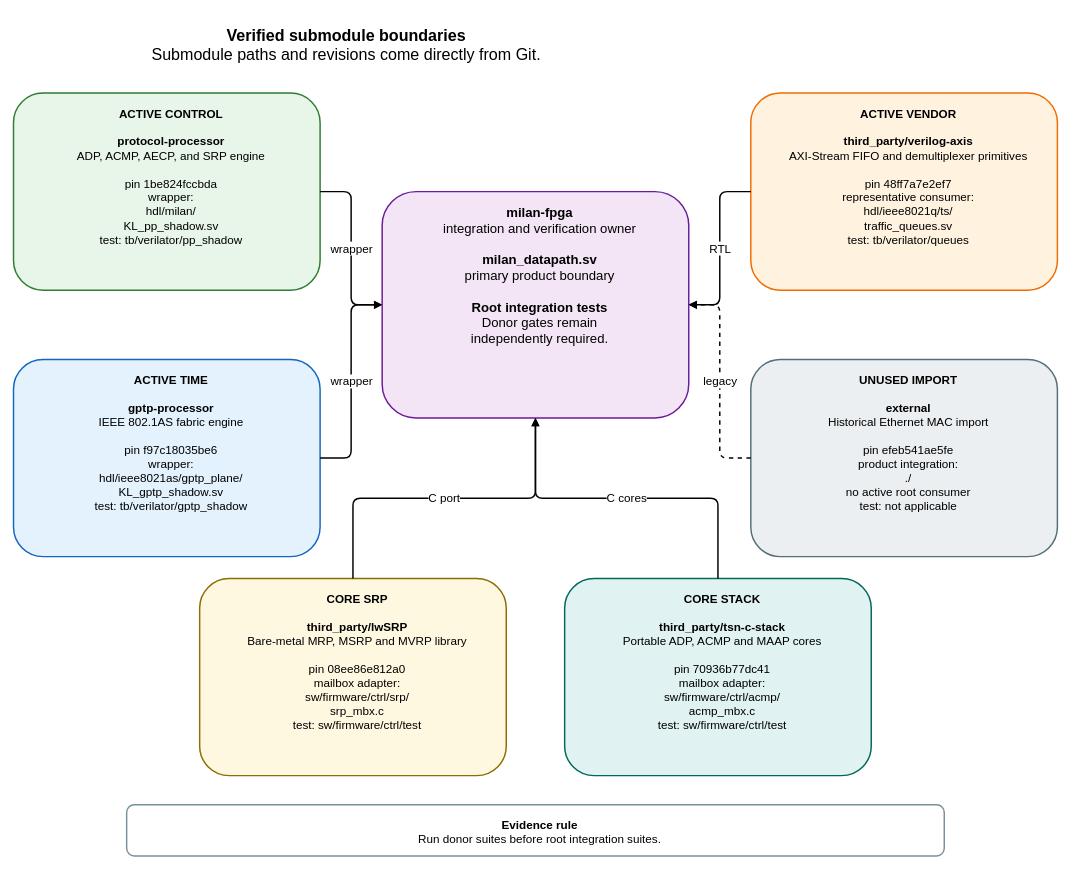
Earlier version of the draw.io diagram docs/diagrams/submodule_boundaries.drawio (kebag-logic/milan-fpga). Source tidied: cells renumbered, new cells numbered last; positions are measured from the earlier drawing's top-left corner, leaving out a move shared by most shapes. Both pictures are drawn from the tidied source at 73%, with x=0, y=0 at pixel (13, 12).
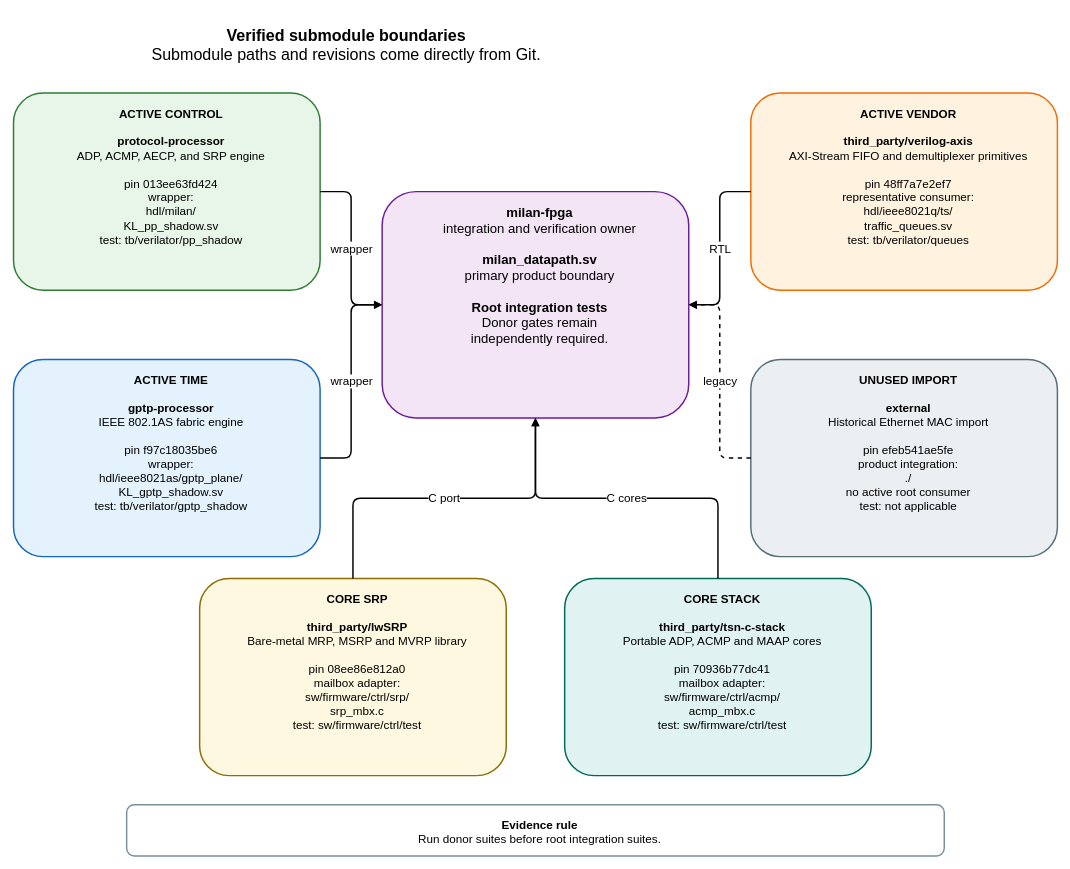
The same diagram, later.

Change to the diagram source:
```diff
@@
 <mxGraphModel>
   <root>
     <mxCell id="0" />
     <mxCell id="1" parent="0" />
     <mxCell id="2" value="&lt;b&gt;Verified submodule boundaries&lt;/b&gt;&lt;br&gt;Submodule paths and revisions come directly from Git." style="rounded=1;whiteSpace=wrap;html=1;verticalAlign=top;spacingTop=12;spacingLeft=12;fontSize=22;fontFamily=Helvetica;fillColor=none;strokeColor=none;strokeWidth=2;" parent="1" vertex="1">
       <mxGeometry width="900" height="65" as="geometry" />
     </mxCell>
     <mxCell id="3" value="&lt;b&gt;milan-fpga&lt;/b&gt;&lt;br&gt;integration and verification owner&lt;br&gt;&lt;br&gt;&lt;b&gt;milan_datapath.sv&lt;/b&gt;&lt;br&gt;primary product boundary&lt;br&gt;&lt;br&gt;&lt;b&gt;Root integration tests&lt;/b&gt;&lt;br&gt;Donor gates remain&lt;br&gt;independently required." style="rounded=1;whiteSpace=wrap;html=1;verticalAlign=top;spacingTop=12;spacingLeft=12;fontSize=18;fontFamily=Helvetica;fillColor=#F3E5F5;strokeColor=#6A1B9A;strokeWidth=2;" parent="1" vertex="1">
       <mxGeometry x="505" y="245" width="420" height="310" as="geometry" />
     </mxCell>
-    <mxCell id="4" value="&lt;b&gt;ACTIVE CONTROL&lt;/b&gt;&lt;br&gt;&lt;br&gt;&lt;b&gt;protocol-processor&lt;/b&gt;&lt;br&gt;ADP, ACMP, AECP, and SRP engine&lt;br&gt;&lt;br&gt;pin 1be824fccbda&lt;br&gt;wrapper:&lt;br&gt;hdl/milan/&lt;br&gt;KL_pp_shadow.sv&lt;br&gt;test: tb/verilator/pp_shadow" style="rounded=1;whiteSpace=wrap;html=1;verticalAlign=top;spacingTop=12;spacingLeft=12;fontSize=16;fontFamily=Helvetica;fillColor=#E8F5E9;strokeColor=#2E7D32;strokeWidth=2;" parent="1" vertex="1">
+    <mxCell id="4" value="&lt;b&gt;ACTIVE CONTROL&lt;/b&gt;&lt;br&gt;&lt;br&gt;&lt;b&gt;protocol-processor&lt;/b&gt;&lt;br&gt;ADP, ACMP, AECP, and SRP engine&lt;br&gt;&lt;br&gt;pin 013ee63fd424&lt;br&gt;wrapper:&lt;br&gt;hdl/milan/&lt;br&gt;KL_pp_shadow.sv&lt;br&gt;test: tb/verilator/pp_shadow" style="rounded=1;whiteSpace=wrap;html=1;verticalAlign=top;spacingTop=12;spacingLeft=12;fontSize=16;fontFamily=Helvetica;fillColor=#E8F5E9;strokeColor=#2E7D32;strokeWidth=2;" parent="1" vertex="1">
       <mxGeometry y="110" width="420" height="270" as="geometry" />
     </mxCell>
     <mxCell id="5" value="&lt;b&gt;ACTIVE TIME&lt;/b&gt;&lt;br&gt;&lt;br&gt;&lt;b&gt;gptp-processor&lt;/b&gt;&lt;br&gt;IEEE 802.1AS fabric engine&lt;br&gt;&lt;br&gt;pin f97c18035be6&lt;br&gt;wrapper:&lt;br&gt;hdl/ieee8021as/gptp_plane/&lt;br&gt;KL_gptp_shadow.sv&lt;br&gt;test: tb/verilator/gptp_shadow" style="rounded=1;whiteSpace=wrap;html=1;verticalAlign=top;spacingTop=12;spacingLeft=12;fontSize=16;fontFamily=Helvetica;fillColor=#E3F2FD;strokeColor=#1565C0;strokeWidth=2;" parent="1" vertex="1">
       <mxGeometry y="475" width="420" height="270" as="geometry" />
     </mxCell>
     <mxCell id="6" value="&lt;b&gt;ACTIVE VENDOR&lt;/b&gt;&lt;br&gt;&lt;br&gt;&lt;b&gt;third_party/verilog-axis&lt;/b&gt;&lt;br&gt;AXI-Stream FIFO and demultiplexer primitives&lt;br&gt;&lt;br&gt;pin 48ff7a7e2ef7&lt;br&gt;representative consumer:&lt;br&gt;hdl/ieee8021q/ts/&lt;br&gt;traffic_queues.sv&lt;br&gt;test: tb/verilator/queues" style="rounded=1;whiteSpace=wrap;html=1;verticalAlign=top;spacingTop=12;spacingLeft=12;fontSize=16;fontFamily=Helvetica;fillColor=#FFF3E0;strokeColor=#EF6C00;strokeWidth=2;" parent="1" vertex="1">
       <mxGeometry x="1010" y="110" width="420" height="270" as="geometry" />
     </mxCell>
     <mxCell id="7" value="&lt;b&gt;UNUSED IMPORT&lt;/b&gt;&lt;br&gt;&lt;br&gt;&lt;b&gt;external&lt;/b&gt;&lt;br&gt;Historical Ethernet MAC import&lt;br&gt;&lt;br&gt;pin efeb541ae5fe&lt;br&gt;product integration:&lt;br&gt;./&lt;br&gt;no active root consumer&lt;br&gt;test: not applicable" style="rounded=1;whiteSpace=wrap;html=1;verticalAlign=top;spacingTop=12;spacingLeft=12;fontSize=16;fontFamily=Helvetica;fillColor=#ECEFF1;strokeColor=#546E7A;strokeWidth=2;" parent="1" vertex="1">
       <mxGeometry x="1010" y="475" width="420" height="270" as="geometry" />
     </mxCell>
     <mxCell id="8" value="&lt;b&gt;CORE SRP&lt;/b&gt;&lt;br&gt;&lt;br&gt;&lt;b&gt;third_party/lwSRP&lt;/b&gt;&lt;br&gt;Bare-metal MRP, MSRP and MVRP library&lt;br&gt;&lt;br&gt;pin 08ee86e812a0&lt;br&gt;mailbox adapter:&lt;br&gt;sw/firmware/ctrl/srp/&lt;br&gt;srp_mbx.c&lt;br&gt;test: sw/firmware/ctrl/test" style="rounded=1;whiteSpace=wrap;html=1;verticalAlign=top;spacingTop=12;spacingLeft=12;fontSize=16;fontFamily=Helvetica;fillColor=#FFF8E1;strokeColor=#8D6E00;strokeWidth=2;" parent="1" vertex="1">
       <mxGeometry x="255" y="775" width="420" height="270" as="geometry" />
     </mxCell>
     <mxCell id="9" value="&lt;b&gt;CORE STACK&lt;/b&gt;&lt;br&gt;&lt;br&gt;&lt;b&gt;third_party/tsn-c-stack&lt;/b&gt;&lt;br&gt;Portable ADP, ACMP and MAAP cores&lt;br&gt;&lt;br&gt;pin 70936b77dc41&lt;br&gt;mailbox adapter:&lt;br&gt;sw/firmware/ctrl/acmp/&lt;br&gt;acmp_mbx.c&lt;br&gt;test: sw/firmware/ctrl/test" style="rounded=1;whiteSpace=wrap;html=1;verticalAlign=top;spacingTop=12;spacingLeft=12;fontSize=16;fontFamily=Helvetica;fillColor=#E0F2F1;strokeColor=#00695C;strokeWidth=2;" parent="1" vertex="1">
       <mxGeometry x="755" y="775" width="420" height="270" as="geometry" />
     </mxCell>
     <mxCell id="10" value="wrapper" style="edgeStyle=orthogonalEdgeStyle;rounded=1;jettySize=auto;html=1;endArrow=block;endFill=1;strokeWidth=2;fontSize=16;fontFamily=Helvetica;labelBackgroundColor=#FFFFFF;" parent="1" edge="1" source="4" target="3">
       <mxGeometry relative="1" as="geometry" />
     </mxCell>
     <mxCell id="11" value="wrapper" style="edgeStyle=orthogonalEdgeStyle;rounded=1;jettySize=auto;html=1;endArrow=block;endFill=1;strokeWidth=2;fontSize=16;fontFamily=Helvetica;labelBackgroundColor=#FFFFFF;" parent="1" edge="1" source="5" target="3">
       <mxGeometry relative="1" as="geometry" />
     </mxCell>
     <mxCell id="12" value="RTL" style="edgeStyle=orthogonalEdgeStyle;rounded=1;jettySize=auto;html=1;endArrow=block;endFill=1;strokeWidth=2;fontSize=16;fontFamily=Helvetica;labelBackgroundColor=#FFFFFF;" parent="1" edge="1" source="6" target="3">
       <mxGeometry relative="1" as="geometry" />
     </mxCell>
     <mxCell id="13" value="legacy" style="edgeStyle=orthogonalEdgeStyle;rounded=1;jettySize=auto;html=1;endArrow=block;endFill=1;strokeWidth=2;fontSize=16;fontFamily=Helvetica;labelBackgroundColor=#FFFFFF;dashed=1;" parent="1" edge="1" source="7" target="3">
       <mxGeometry relative="1" as="geometry" />
     </mxCell>
     <mxCell id="14" value="C port" style="edgeStyle=orthogonalEdgeStyle;rounded=1;jettySize=auto;html=1;endArrow=block;endFill=1;strokeWidth=2;fontSize=16;fontFamily=Helvetica;labelBackgroundColor=#FFFFFF;" parent="1" edge="1" source="8" target="3">
       <mxGeometry relative="1" as="geometry" />
     </mxCell>
     <mxCell id="15" value="C cores" style="edgeStyle=orthogonalEdgeStyle;rounded=1;jettySize=auto;html=1;endArrow=block;endFill=1;strokeWidth=2;fontSize=16;fontFamily=Helvetica;labelBackgroundColor=#FFFFFF;" parent="1" edge="1" source="9" target="3">
       <mxGeometry relative="1" as="geometry" />
     </mxCell>
     <mxCell id="16" value="&lt;b&gt;Evidence rule&lt;/b&gt;&lt;br&gt;Run donor suites before root integration suites." style="rounded=1;whiteSpace=wrap;html=1;verticalAlign=top;spacingTop=12;spacingLeft=12;fontSize=16;fontFamily=Helvetica;fillColor=#FFFFFF;strokeColor=#78909C;strokeWidth=2;" parent="1" vertex="1">
       <mxGeometry x="155" y="1085" width="1120" height="70" as="geometry" />
     </mxCell>
   </root>
 </mxGraphModel>
```
